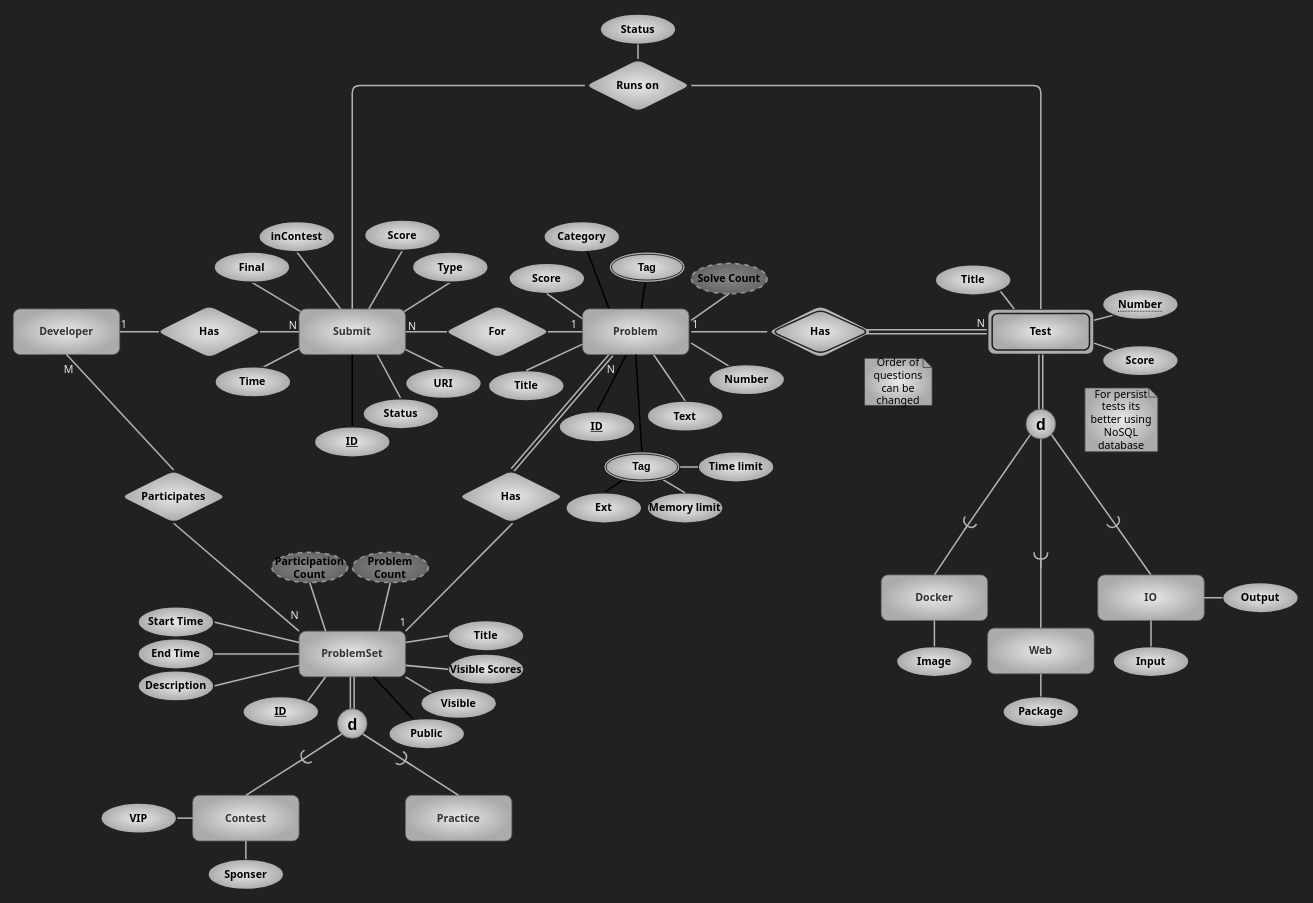
The draw.io diagram page "problemset" (4 of 5) of assets/er.drawio in kntu-db/quera-norm, before the edit. Source tidied: cells renumbered, new cells numbered last; positions are measured from the earlier drawing's top-left corner, leaving out a move shared by most shapes. Both pictures are drawn from the tidied source at 76%, with x=0, y=0 at pixel (13, 14).
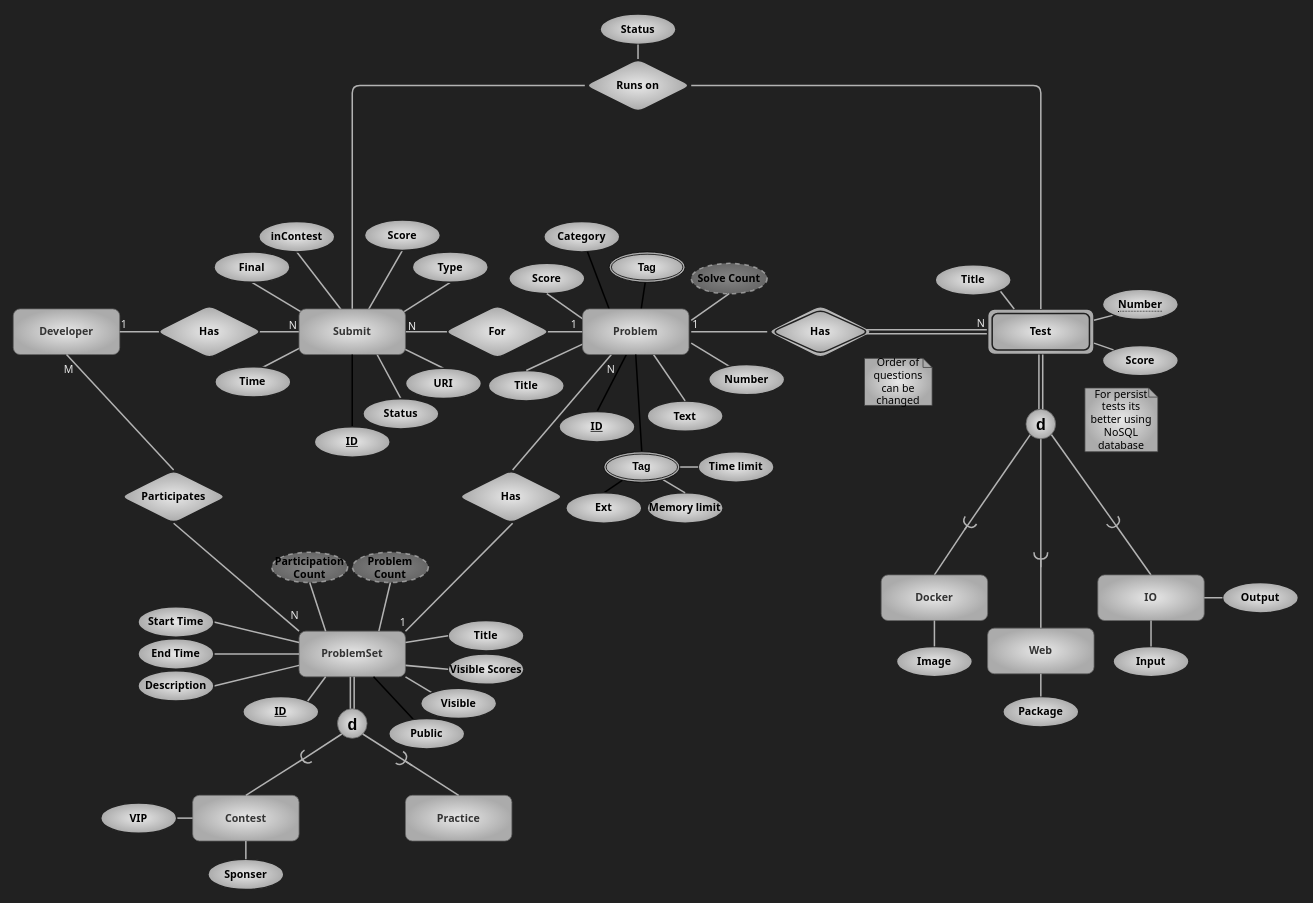
Above is the later version.

Diff of the diagram source:
```diff
@@
-    <mxCell id="70" style="shape=link;html=1;rounded=0;shadow=0;sketch=0;fontFamily=Tahoma;fontSize=14;fontColor=#E8E8E8;strokeWidth=2;fillColor=none;strokeColor=#B3B3B3;entryX=0.25;entryY=1;entryDx=0;entryDy=0;exitX=0.5;exitY=0;exitDx=0;exitDy=0;" parent="1" edge="1">
+    <mxCell id="70" style="html=1;rounded=0;shadow=0;sketch=0;fontFamily=Tahoma;fontSize=14;fontColor=#E8E8E8;strokeWidth=2;fillColor=none;strokeColor=#B3B3B3;entryX=0.25;entryY=1;entryDx=0;entryDy=0;exitX=0.5;exitY=0;exitDx=0;exitDy=0;endArrow=none;endFill=0;" parent="1" edge="1">
       <mxGeometry relative="1" as="geometry">
         <mxPoint x="657" y="600" as="sourcePoint" />
         <mxPoint x="787" y="448" as="targetPoint" />
       </mxGeometry>
     </mxCell>
```
